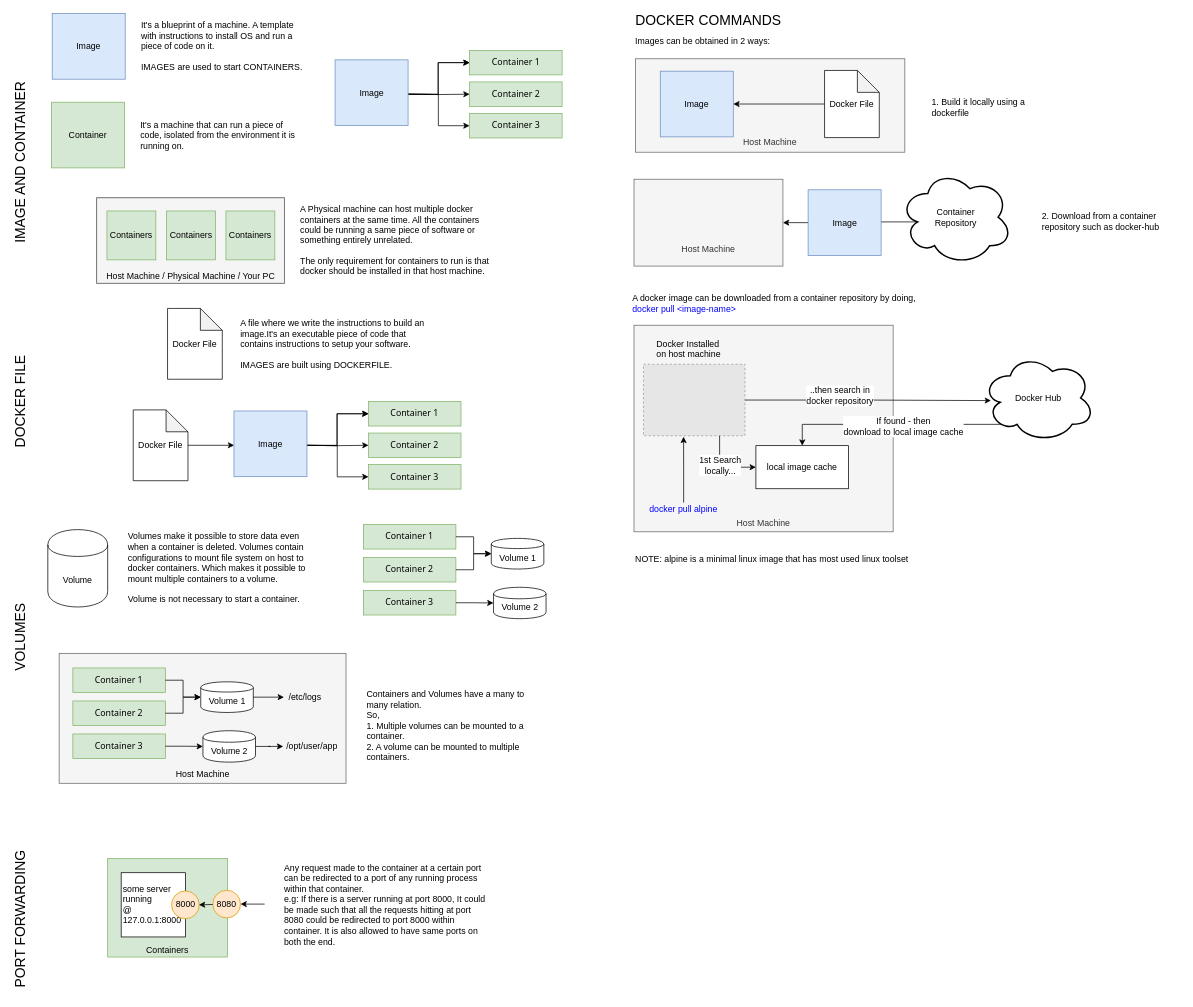
Before: page "Basics 1" (3 of 4) of resources/docker/docker.drawio in gauthamchettiar/notes, a draw.io diagram. Source tidied: cells renumbered, new cells numbered last; positions are measured from the earlier drawing's top-left corner, leaving out a move shared by most shapes. Both pictures are drawn from the tidied source at 73%, with x=0, y=0 at pixel (-99, 13). Pictures stored in the file or linked from it are replaced by grey dashed boxes.
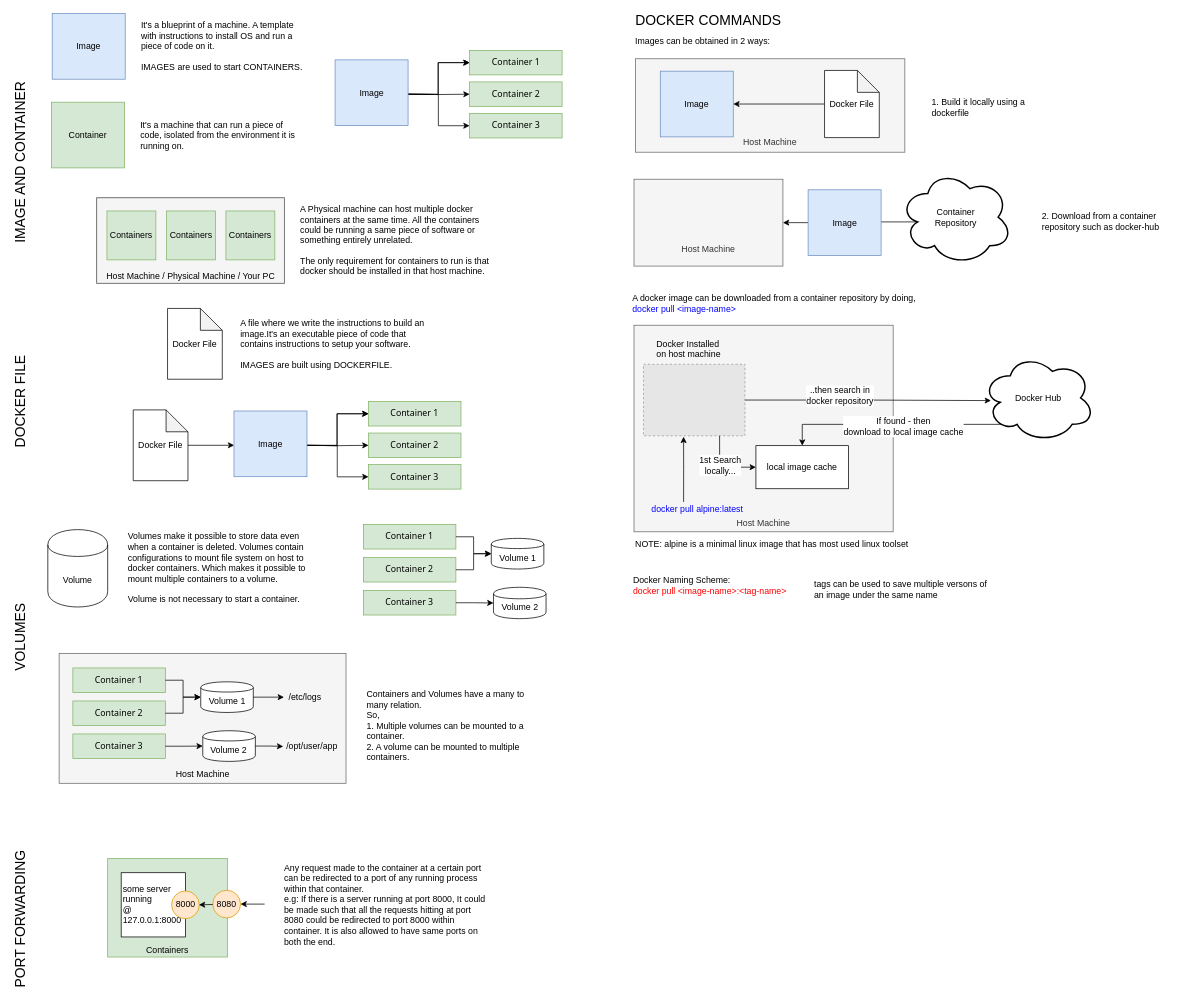
The same page after the edit.

Unchanged cells that the change refers to:
```xml
<mxCell id="57" style="group;fontStyle=0;" parent="55" vertex="1">
  <mxGeometry x="18.8" y="20" width="250.2" height="128" as="geometry" />
</mxCell>
<mxCell id="102" style="group;" parent="1" vertex="1">
  <mxGeometry x="1004" y="427" width="631" height="300" as="geometry" />
</mxCell>
<mxCell id="104" style="fillColor=#E6E6E6;strokeColor=#999999;dashed=1;verticalLabelPosition=bottom;verticalAlign=top;fontSize=12;align=left;" parent="102" vertex="1">
  <mxGeometry x="13" y="53.5" width="139" height="98" as="geometry" />
</mxCell>
```

Diff of the diagram source:
```diff
@@
     <mxCell id="64" value="&lt;div&gt;Volume 2&lt;br&gt;&lt;/div&gt;" style="shape=cylinder;whiteSpace=wrap;html=1;boundedLbl=1;backgroundOutline=1;align=center;fontStyle=0;" parent="57" vertex="1">
-      <mxGeometry x="178.2" y="86" width="72" height="43" as="geometry" />
+      <mxGeometry x="178" y="86" width="72" height="42" as="geometry" />
     </mxCell>
@@
     <mxCell id="87" value="NOTE: alpine is a minimal linux image that has most used linux toolset" style="text;html=1;strokeColor=none;fillColor=none;align=left;verticalAlign=middle;whiteSpace=wrap;rounded=0;fontSize=12;fontColor=#000000;" parent="1" vertex="1">
-      <mxGeometry x="1004" y="730.5" width="639" height="34" as="geometry" />
+      <mxGeometry x="1004" y="710" width="639" height="34" as="geometry" />
     </mxCell>
@@
-    <mxCell id="106" style="edgeStyle=orthogonalEdgeStyle;rounded=0;jettySize=auto;html=1;entryX=0.395;entryY=1.013;entryDx=0;entryDy=0;entryPerimeter=0;fontSize=12;fontColor=#000000;" parent="102" edge="1" source="107" target="104">
+    <mxCell id="106" style="edgeStyle=orthogonalEdgeStyle;rounded=0;jettySize=auto;html=1;entryX=0.395;entryY=1.013;entryDx=0;entryDy=0;entryPerimeter=0;fontSize=12;fontColor=#000000;exitX=0.373;exitY=-0.05;exitDx=0;exitDy=0;exitPerimeter=0;" parent="102" edge="1" source="107" target="104">
       <mxGeometry relative="1" as="geometry" />
     </mxCell>
-    <mxCell id="107" value="docker pull alpine" style="text;html=1;strokeColor=none;fillColor=none;align=center;verticalAlign=middle;whiteSpace=wrap;rounded=0;fontSize=12;fontColor=#0000FF;" parent="102" vertex="1">
-      <mxGeometry x="13" y="243" width="110" height="20" as="geometry" />
+    <mxCell id="107" value="docker pull alpine:latest" style="text;html=1;strokeColor=none;fillColor=none;align=center;verticalAlign=middle;whiteSpace=wrap;rounded=0;fontSize=12;fontColor=#0000FF;" parent="102" vertex="1">
+      <mxGeometry x="12" y="243" width="150" height="20" as="geometry" />
     </mxCell>
@@
+    <mxCell id="116" style="group;" parent="1" vertex="1">
+      <mxGeometry x="1000.5" y="773.5" width="488" height="25" as="geometry" />
+    </mxCell>
+    <mxCell id="117" value="&lt;div style=&quot;font-size: 12px&quot; align=&quot;left&quot;&gt;Docker Naming Scheme:&lt;br style=&quot;font-size: 12px&quot;&gt;&lt;/div&gt;&lt;div style=&quot;font-size: 12px&quot;&gt;&lt;font style=&quot;font-size: 12px&quot; color=&quot;#FF0000&quot;&gt;docker pull &amp;lt;image-name&amp;gt;:&amp;lt;tag-name&amp;gt;&lt;/font&gt;&lt;br&gt;&lt;/div&gt;" style="text;html=1;strokeColor=none;fillColor=none;align=left;verticalAlign=middle;whiteSpace=wrap;rounded=0;fontSize=12;fontColor=#000000;" parent="116" vertex="1">
+      <mxGeometry width="248" height="20" as="geometry" />
+    </mxCell>
+    <mxCell id="118" value="&lt;div&gt;tags can be used to save multiple versons of an image under the same name&lt;/div&gt;" style="text;html=1;strokeColor=none;fillColor=none;align=left;verticalAlign=middle;whiteSpace=wrap;rounded=0;fontSize=12;fontColor=#000000;" parent="116" vertex="1">
+      <mxGeometry x="248" y="5" width="240" height="20" as="geometry" />
+    </mxCell>
```
